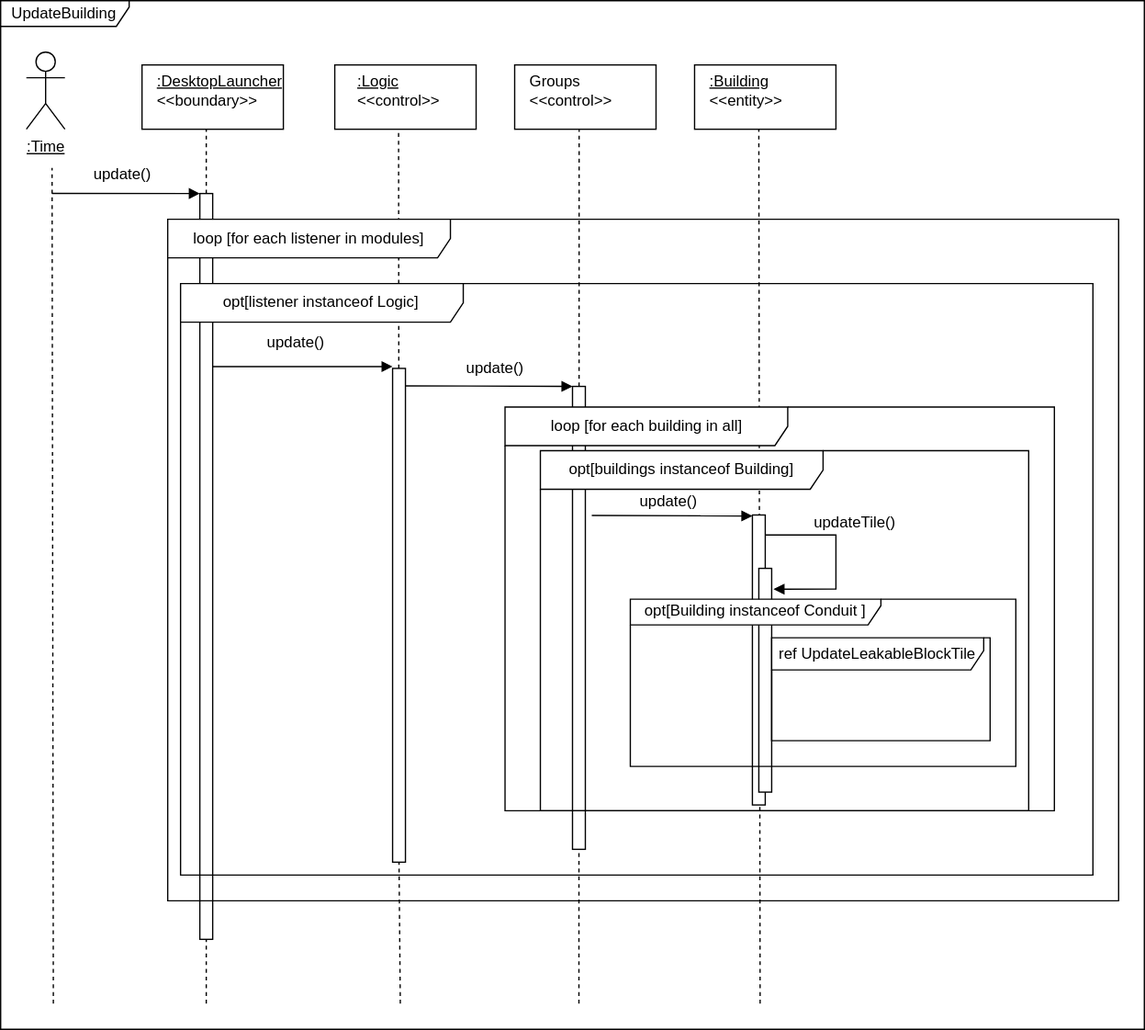
This is SE202526/Milestone3/UserStory2/assets/seqUpdateBuilding.svg from gabits17/Mindustry-Add-ons-SE-Project, a draw.io export, as it was before one commit. Source tidied: cells renumbered, new cells last; positions are measured from the earlier drawing's top-left corner, leaving out a move shared by most shapes.
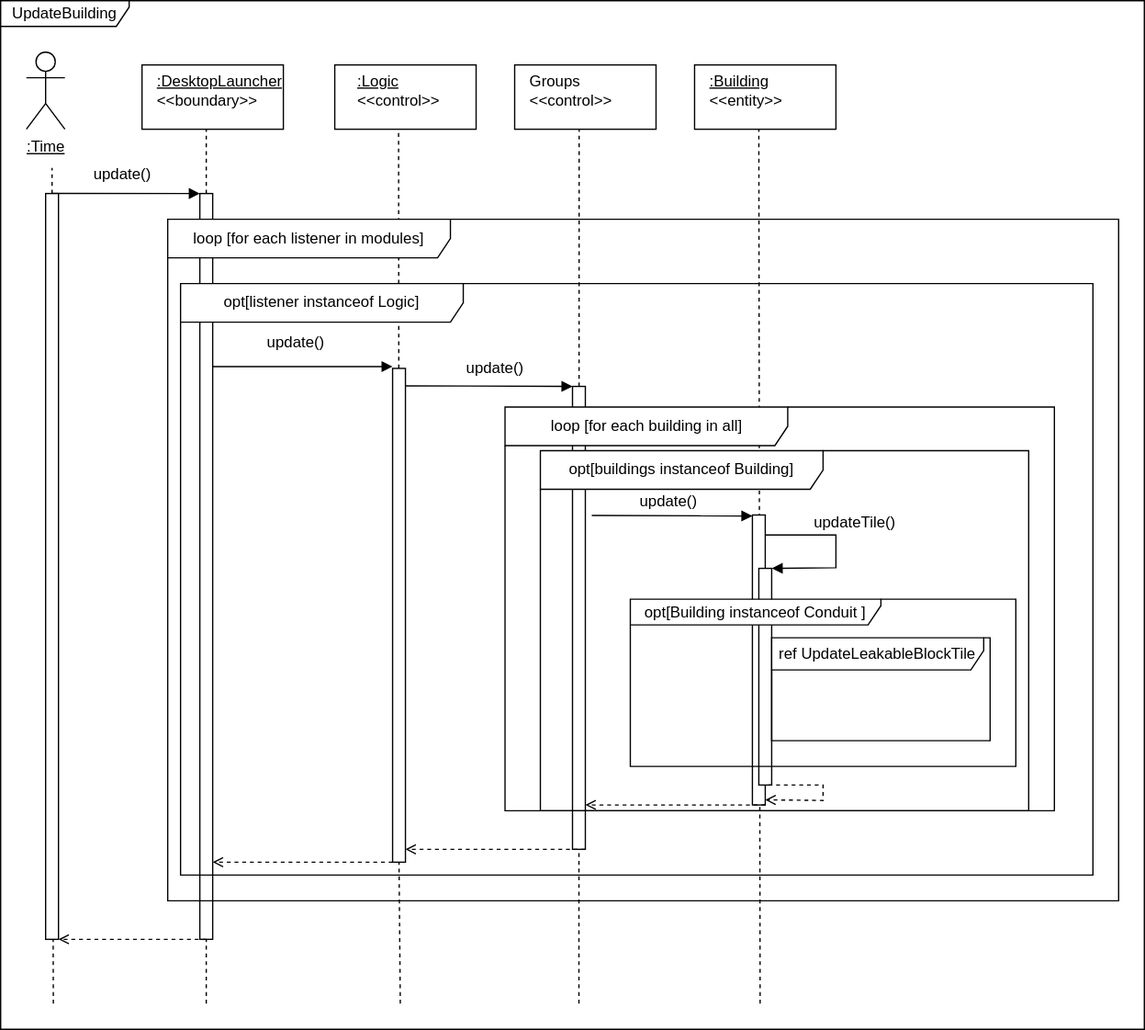
Above is the later version.

The edit, as a diff of the source:
```diff
@@ -31,9 +31,8 @@
     <mxCell id="10" value="&lt;div style=&quot;&quot;&gt;&lt;div&gt;Groups&lt;/div&gt;&lt;div&gt;&amp;lt;&amp;lt;control&amp;gt;&amp;gt;&lt;/div&gt;&lt;/div&gt;" style="text;html=1;whiteSpace=wrap;strokeColor=none;fillColor=none;align=left;verticalAlign=middle;rounded=0;" parent="1" vertex="1">
       <mxGeometry x="410" y="55" width="60" height="30" as="geometry" />
     </mxCell>
-    <mxCell id="11" style="endArrow=none;dashed=1;html=1;rounded=0;" parent="1" edge="1">
+    <mxCell id="11" style="endArrow=none;dashed=1;html=1;rounded=0;" parent="1" edge="1" source="42">
       <mxGeometry relative="1" as="geometry">
-        <mxPoint x="41" y="780" as="sourcePoint" />
         <mxPoint x="40" y="130" as="targetPoint" />
       </mxGeometry>
     </mxCell>
@@ -117,7 +116,7 @@
       <mxGeometry x="585" y="400" width="10" height="225.5" as="geometry" />
     </mxCell>
     <mxCell id="32" style="rounded=0;whiteSpace=wrap;html=1;" parent="1" vertex="1">
-      <mxGeometry x="590" y="441.5" width="10" height="174" as="geometry" />
+      <mxGeometry x="590" y="441.5" width="10" height="168.5" as="geometry" />
     </mxCell>
     <mxCell id="33" value="opt[Building instanceof Conduit ]" style="shape=umlFrame;whiteSpace=wrap;html=1;width=195;height=20;" parent="1" vertex="1">
       <mxGeometry x="490" y="465.5" width="300" height="130" as="geometry" />
@@ -137,17 +136,57 @@
     <mxCell id="37" value="updateTile()" style="text;html=1;whiteSpace=wrap;strokeColor=none;fillColor=none;align=center;verticalAlign=middle;rounded=0;" parent="1" vertex="1">
       <mxGeometry x="620" y="395.5" width="90" height="20" as="geometry" />
     </mxCell>
-    <mxCell id="38" style="endArrow=block;html=1;rounded=0;endFill=1;entryX=1.142;entryY=0.093;entryDx=0;entryDy=0;entryPerimeter=0;" parent="1" edge="1" target="32">
+    <mxCell id="38" style="endArrow=block;html=1;rounded=0;endFill=1;entryX=1;entryY=0;entryDx=0;entryDy=0;" parent="1" edge="1" target="32">
       <mxGeometry relative="1" as="geometry">
         <mxPoint x="595" y="415.5" as="sourcePoint" />
         <Array as="points">
           <mxPoint x="650" y="415.5" />
-          <mxPoint x="650" y="457.5" />
+          <mxPoint x="650" y="441" />
         </Array>
       </mxGeometry>
     </mxCell>
     <mxCell id="39" value="opt[buildings instanceof Building]" style="shape=umlFrame;whiteSpace=wrap;html=1;width=220;height=30;" parent="1" vertex="1">
       <mxGeometry x="420" y="350" width="380" height="280" as="geometry" />
     </mxCell>
+    <mxCell id="40" style="endArrow=open;html=1;rounded=0;endFill=0;dashed=1;" parent="1" edge="1">
+      <mxGeometry relative="1" as="geometry">
+        <mxPoint x="160" y="730" as="sourcePoint" />
+        <mxPoint x="45" y="730" as="targetPoint" />
+      </mxGeometry>
+    </mxCell>
+    <mxCell id="41" style="endArrow=none;dashed=1;html=1;rounded=0;" parent="1" edge="1" target="42">
+      <mxGeometry relative="1" as="geometry">
+        <mxPoint x="41" y="780" as="sourcePoint" />
+      </mxGeometry>
+    </mxCell>
+    <mxCell id="42" style="rounded=0;whiteSpace=wrap;html=1;" parent="1" vertex="1">
+      <mxGeometry x="35" y="150" width="10" height="580" as="geometry" />
+    </mxCell>
+    <mxCell id="43" style="endArrow=open;html=1;rounded=0;endFill=0;dashed=1;exitX=0;exitY=1;exitDx=0;exitDy=0;" parent="1" edge="1" source="27">
+      <mxGeometry relative="1" as="geometry">
+        <mxPoint x="165" y="670" as="targetPoint" />
+      </mxGeometry>
+    </mxCell>
+    <mxCell id="44" style="endArrow=open;html=1;rounded=0;endFill=0;dashed=1;exitX=0;exitY=1;exitDx=0;exitDy=0;" parent="1" edge="1">
+      <mxGeometry relative="1" as="geometry">
+        <mxPoint x="455" y="660" as="sourcePoint" />
+        <mxPoint x="315" y="660" as="targetPoint" />
+      </mxGeometry>
+    </mxCell>
+    <mxCell id="45" style="endArrow=open;html=1;rounded=0;endFill=0;dashed=1;exitX=0;exitY=1;exitDx=0;exitDy=0;" parent="1" edge="1">
+      <mxGeometry relative="1" as="geometry">
+        <mxPoint x="595" y="625.5" as="sourcePoint" />
+        <mxPoint x="455" y="625.5" as="targetPoint" />
+      </mxGeometry>
+    </mxCell>
+    <mxCell id="46" style="endArrow=open;html=1;rounded=0;endFill=0;dashed=1;exitX=0.75;exitY=1;exitDx=0;exitDy=0;" parent="1" edge="1" source="32">
+      <mxGeometry relative="1" as="geometry">
+        <mxPoint x="595" y="621.5" as="targetPoint" />
+        <Array as="points">
+          <mxPoint x="640" y="610" />
+          <mxPoint x="640" y="622" />
+        </Array>
+      </mxGeometry>
+    </mxCell>
   </root>
 </mxGraphModel>
```
